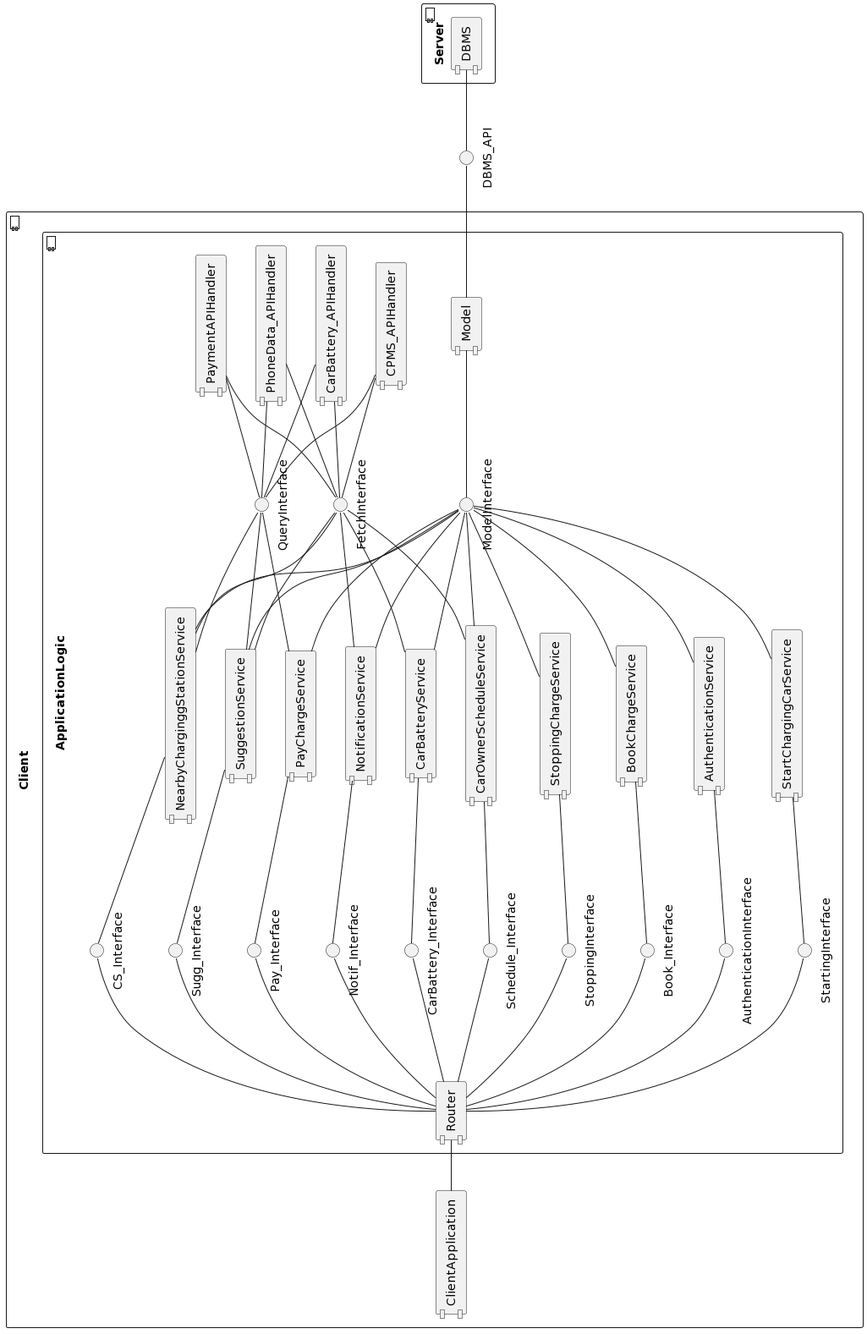
Above: DD/ComponentView_eMSP.png in febagni/AzankBagniWolff (PlantUML), before the change.
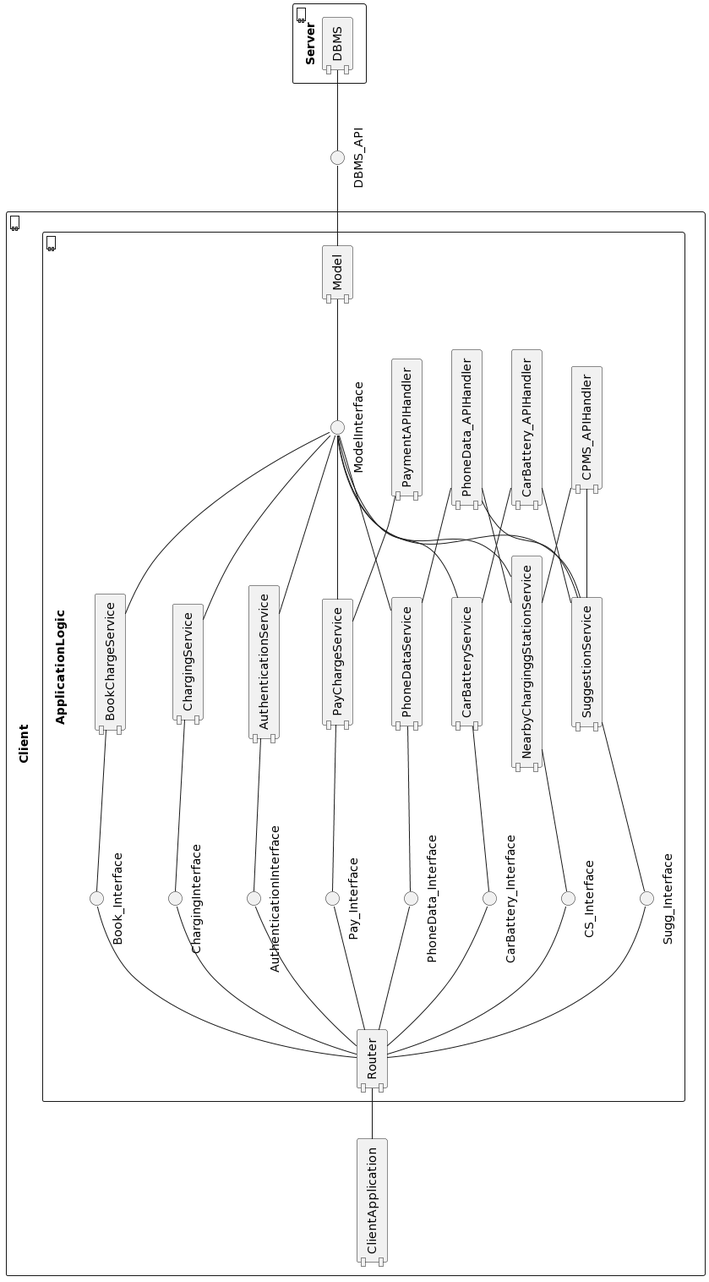
Above is the later version.

What changed in the source:
```diff
@@ -17,31 +17,27 @@
 component "NearbyCharginggStationService"
 component "PayChargeService"
 component "BookChargeService"
-component "NotificationService"
-component "StoppingChargeService"
-component "StartChargingCarService"
+component "ChargingService"
 component "SuggestionService"
 component "CarBatteryService"
-component "CarOwnerScheduleService"
+component "PhoneDataService"
 
+together {
 component "PaymentAPIHandler"
 component "CPMS_APIHandler"
 component "CarBattery_APIHandler"
 component "PhoneData_APIHandler"
+}
 
 () "AuthenticationInterface"
 () "ModelInterface"
-() "FetchInterface"
-() "QueryInterface"
 ()"CS_Interface"
 ()"Pay_Interface"
 ()"Book_Interface"
-()"Notif_Interface"
-()"StoppingInterface"
-()"StartingInterface"
+()"ChargingInterface"
 () "Sugg_Interface"
 () "CarBattery_Interface"
-() "Schedule_Interface"
+() "PhoneData_Interface"
 
   }
 }
@@ -66,50 +62,33 @@
 "NearbyCharginggStationService"-up-"CS_Interface"
 "PayChargeService"-up-"Pay_Interface"
 "BookChargeService"-up-"Book_Interface"
-"NotificationService"-up-"Notif_Interface"
-"StoppingChargeService"-up-"StoppingInterface"
-"StartChargingCarService"-up-"StartingInterface"
+"ChargingService"-up-"ChargingInterface"
 "SuggestionService"-up-"Sugg_Interface"
 "CarBatteryService"-up-"CarBattery_Interface"
-"CarOwnerScheduleService"-up-"Schedule_Interface"
+"PhoneDataService"-up-"PhoneData_Interface"
 
 R -down- "CS_Interface"
 R -down- "Pay_Interface"
 R -down- "Book_Interface"
-R -down- "Notif_Interface"
-R -down- "StoppingInterface"
-R -down- "StartingInterface"
+R -down- "ChargingInterface"
 R -down- "Sugg_Interface"
 R -down- "CarBattery_Interface"
-R -down- "Schedule_Interface"
+R -down- "PhoneData_Interface"
 
 "NearbyCharginggStationService" -- "ModelInterface"
 "PayChargeService" -- "ModelInterface"
 "BookChargeService" -- "ModelInterface"
-"NotificationService" -- "ModelInterface"
-"StoppingChargeService" -- "ModelInterface"
-"StartChargingCarService" -- "ModelInterface"
+"ChargingService" -- "ModelInterface"
 "SuggestionService" -- "ModelInterface"
 "CarBatteryService" -- "ModelInterface"
-"CarOwnerScheduleService" -- "ModelInterface"
+"PhoneDataService" -- "ModelInterface"
 
-
-"FetchInterface" -- "PaymentAPIHandler"
-"FetchInterface" --"CarBattery_APIHandler"
-"FetchInterface" --"PhoneData_APIHandler"
-"FetchInterface" --"CPMS_APIHandler"
-
-"QueryInterface" -- "PaymentAPIHandler"
-"QueryInterface" --"CarBattery_APIHandler"
-"QueryInterface" --"PhoneData_APIHandler"
-"QueryInterface" --"CPMS_APIHandler"
-
-"NearbyCharginggStationService" -- "FetchInterface"
-"NearbyCharginggStationService" -- "QueryInterface"
-"SuggestionService" -- "FetchInterface"
-"NotificationService" -- "FetchInterface"
-"SuggestionService" -- "QueryInterface"
-"PayChargeService" -- "QueryInterface"
-"CarOwnerScheduleService" -- "FetchInterface"
-"CarBatteryService" -- "FetchInterface"
+"NearbyCharginggStationService" -- "CPMS_APIHandler"
+"NearbyCharginggStationService" -- "PhoneData_APIHandler"
+"SuggestionService" -- "PhoneData_APIHandler"
+"SuggestionService" -- "CPMS_APIHandler"
+"SuggestionService" -- "CarBattery_APIHandler"
+"PayChargeService" -- "PaymentAPIHandler"
+"PhoneDataService" -- "PhoneData_APIHandler"
+"CarBatteryService" -- "CarBattery_APIHandler"
 @enduml
```
